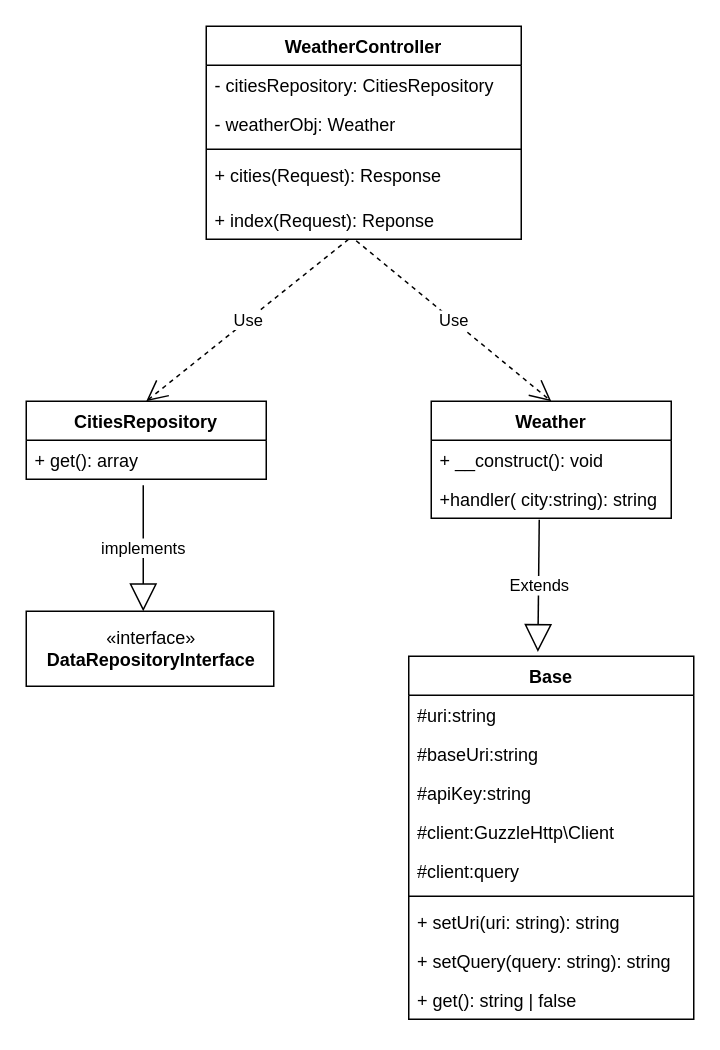
Earlier version of the draw.io diagram docs/Class_Diagram.drawio (diggex/weather-demo). Source tidied: cells renumbered, new cells numbered last; positions are measured from the earlier drawing's top-left corner, leaving out a move shared by most shapes. Both pictures are drawn from the tidied source at 150%, with x=0, y=0 at pixel (26, 26).
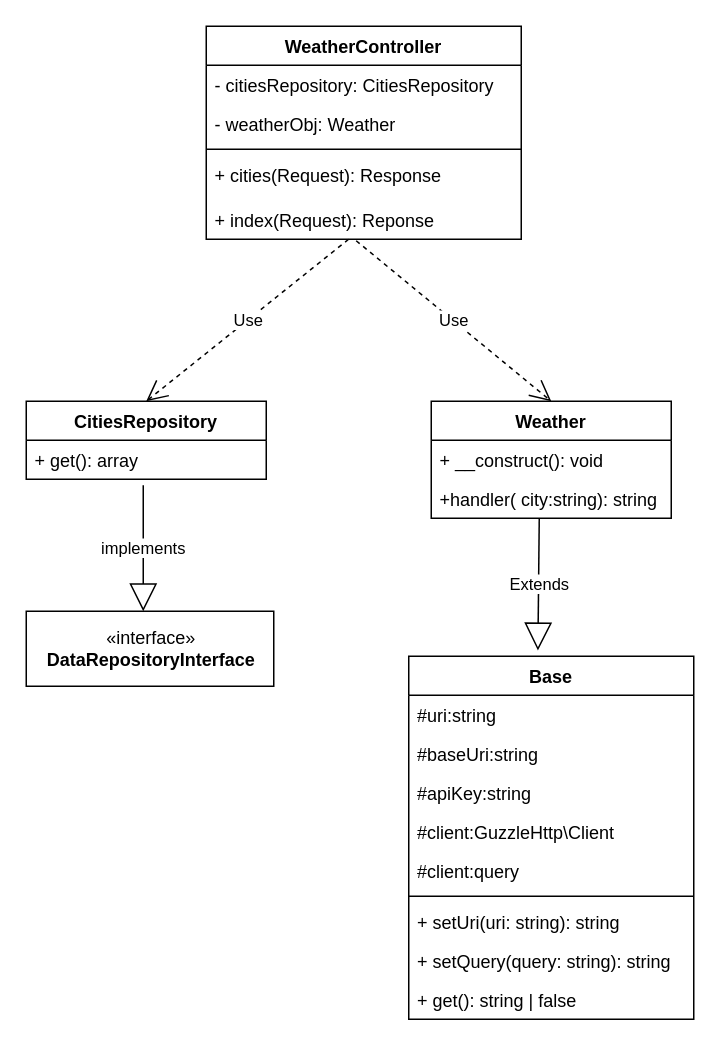
Above is the later version.

Unchanged cells that the change refers to:
```xml
<mxCell id="17" value="+handler( city:string): string" style="text;strokeColor=none;fillColor=none;align=left;verticalAlign=top;spacingLeft=4;spacingRight=4;overflow=hidden;points=[[0,0.5],[1,0.5]];portConstraint=eastwest;" parent="15" vertex="1">
  <mxGeometry y="52" width="160" height="26" as="geometry" />
</mxCell>
<mxCell id="18" value="Base" style="swimlane;fontStyle=1;align=center;verticalAlign=top;horizontal=1;startSize=26;" parent="1" vertex="1">
  <mxGeometry x="255" y="420" width="190" height="242" as="geometry" />
</mxCell>
```

The edit, as a diff of the source:
```diff
@@
-    <mxCell id="5" value="Extends" style="endArrow=block;endSize=16;endFill=0;html=1;exitX=0.45;exitY=1.038;exitDx=0;exitDy=0;exitPerimeter=0;entryX=0.453;entryY=-0.012;entryDx=0;entryDy=0;entryPerimeter=0;" parent="1" edge="1" source="17" target="18">
-      <mxGeometry relative="1" as="geometry" />
+    <mxCell id="5" value="Extends" style="endArrow=block;endSize=16;endFill=0;html=1;exitX=0.45;exitY=1.038;exitDx=0;exitDy=0;exitPerimeter=0;entryX=0.453;entryY=-0.012;entryDx=0;entryDy=0;entryPerimeter=0;" parent="1" edge="1">
+      <mxGeometry relative="1" as="geometry">
+        <mxPoint x="342" y="328" as="sourcePoint" />
+        <mxPoint x="341.1" y="416.1" as="targetPoint" />
+      </mxGeometry>
     </mxCell>
```
